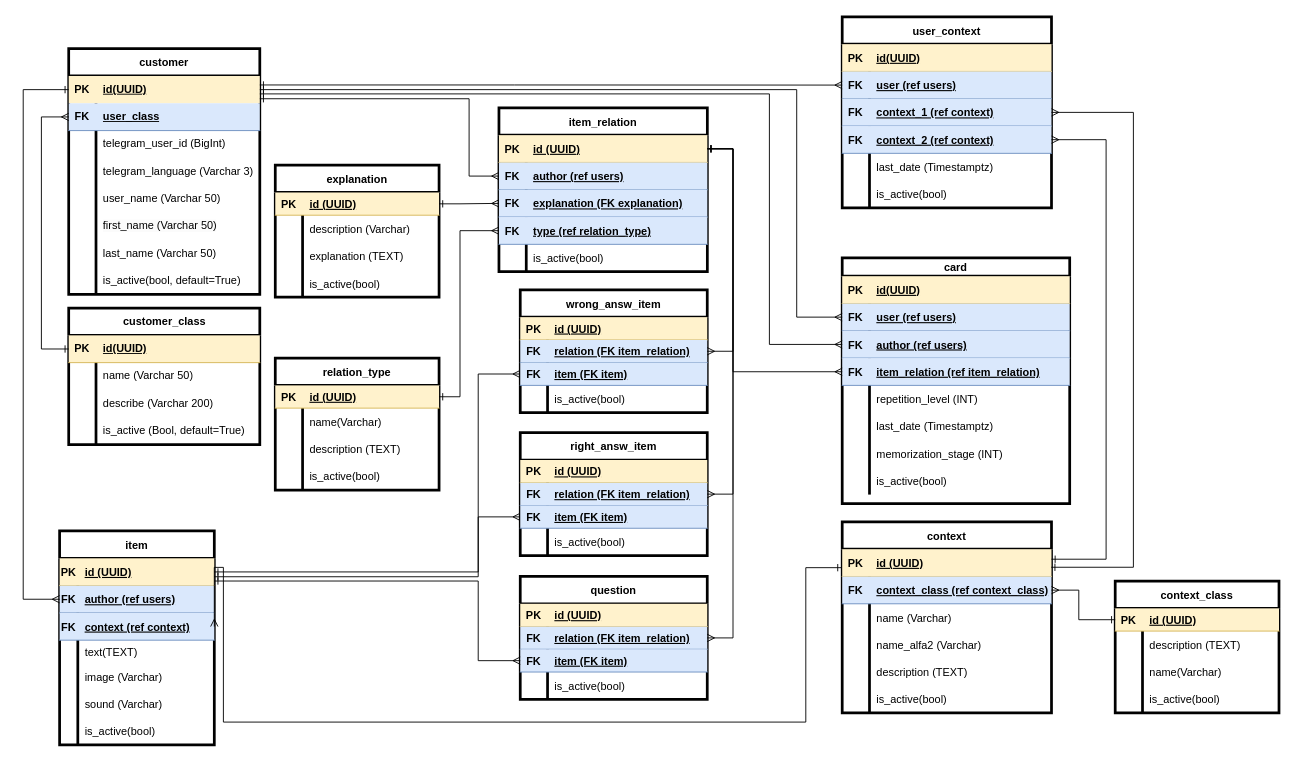
Before: doc/db_structure.drawio in essayNEXT/REPETITOR, a draw.io diagram. Source tidied: cells renumbered, new cells numbered last; positions are measured from the earlier drawing's top-left corner, leaving out a move shared by most shapes. Both pictures are drawn from the tidied source at 91%, with x=0, y=0 at pixel (23, 16).
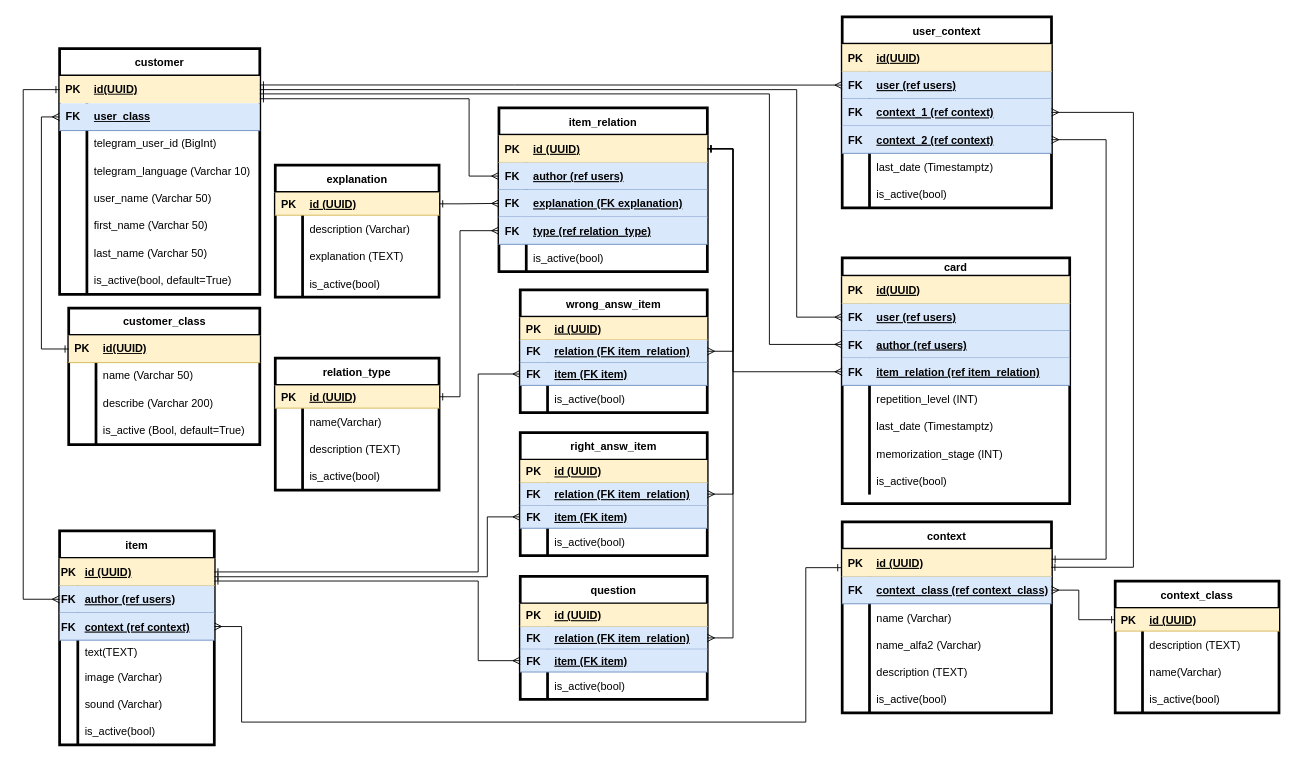
After the change.

Unchanged cells that the change refers to:
```xml
<mxCell id="42" style="shape=tableRow;horizontal=0;startSize=0;swimlaneHead=0;swimlaneBody=0;fillColor=#fff2cc;points=[[0,0.5],[1,0.5]];portConstraint=eastwest;top=0;left=0;right=0;bottom=1;strokeColor=#d6b656;" parent="41" vertex="1">
  <mxGeometry y="30" width="170" height="30" as="geometry" />
</mxCell>
<mxCell id="48" style="shape=tableRow;horizontal=0;startSize=0;swimlaneHead=0;swimlaneBody=0;fillColor=#dae8fc;points=[[0,0.5],[1,0.5]];portConstraint=eastwest;top=0;left=0;right=0;bottom=1;swimlaneLine=0;strokeColor=#6c8ebf;" parent="41" vertex="1">
  <mxGeometry y="90" width="170" height="30" as="geometry" />
</mxCell>
<mxCell id="124" style="shape=tableRow;horizontal=0;startSize=0;swimlaneHead=0;swimlaneBody=0;fillColor=#fff2cc;points=[[0,0.5],[1,0.5]];portConstraint=eastwest;top=0;left=0;right=0;bottom=1;strokeColor=#d6b656;" parent="123" vertex="1">
  <mxGeometry y="30" width="230" height="30" as="geometry" />
</mxCell>
<mxCell id="201" style="shape=tableRow;horizontal=0;startSize=0;swimlaneHead=0;swimlaneBody=0;fillColor=#dae8fc;points=[[0,0.5],[1,0.5]];portConstraint=eastwest;top=0;left=0;right=0;bottom=1;strokeColor=#6c8ebf;" parent="194" vertex="1">
  <mxGeometry y="80" width="205.5" height="25" as="geometry" />
</mxCell>
```

Change to the diagram source:
```diff
@@
     <mxCell id="2" value="customer" style="shape=table;startSize=30;childLayout=tableLayout;rowLines=0;fontStyle=1;align=center;html=1;whiteSpace=wrap;strokeWidth=3;" parent="1" vertex="1">
-      <mxGeometry x="50" y="35" width="210" height="270" as="geometry" />
+      <mxGeometry x="40" y="35" width="220" height="270" as="geometry" />
     </mxCell>
     <mxCell id="3" style="shape=tableRow;horizontal=0;startSize=0;swimlaneHead=0;swimlaneBody=0;fillColor=#fff2cc;points=[[0,0.5],[1,0.5]];portConstraint=eastwest;top=0;left=0;right=0;bottom=0;html=1;strokeColor=#d6b656;" parent="2" vertex="1">
-      <mxGeometry y="30" width="210" height="30" as="geometry" />
+      <mxGeometry y="30" width="220" height="30" as="geometry" />
     </mxCell>
@@
     <mxCell id="5" value="id(UUID)" style="shape=partialRectangle;fillColor=none;top=0;left=0;bottom=0;right=0;align=left;spacingLeft=6;fontStyle=5;overflow=hidden;html=1;whiteSpace=wrap;" parent="3" vertex="1">
-      <mxGeometry x="30" width="180" height="30" as="geometry" />
+      <mxGeometry x="30" width="190" height="30" as="geometry" />
     </mxCell>
     <mxCell id="6" style="shape=tableRow;horizontal=0;startSize=0;swimlaneHead=0;swimlaneBody=0;fillColor=#dae8fc;points=[[0,0.5],[1,0.5]];portConstraint=eastwest;top=0;left=0;right=0;bottom=1;html=1;strokeColor=#6c8ebf;" parent="2" vertex="1">
-      <mxGeometry y="60" width="210" height="30" as="geometry" />
+      <mxGeometry y="60" width="220" height="30" as="geometry" />
     </mxCell>
@@
     <mxCell id="8" value="user_class" style="shape=partialRectangle;fillColor=none;top=0;left=0;bottom=0;right=0;align=left;spacingLeft=6;fontStyle=5;overflow=hidden;html=1;whiteSpace=wrap;" parent="6" vertex="1">
-      <mxGeometry x="30" width="180" height="30" as="geometry" />
+      <mxGeometry x="30" width="190" height="30" as="geometry" />
     </mxCell>
     <mxCell id="9" style="shape=tableRow;horizontal=0;startSize=0;swimlaneHead=0;swimlaneBody=0;fillColor=none;top=0;left=0;right=0;bottom=0;html=1;" parent="2" vertex="1">
-      <mxGeometry y="90" width="210" height="30" as="geometry" />
+      <mxGeometry y="90" width="220" height="30" as="geometry" />
     </mxCell>
@@
     <mxCell id="11" value="telegram_user_id (BigInt)" style="shape=partialRectangle;fillColor=none;top=0;left=0;bottom=0;right=0;align=left;spacingLeft=6;overflow=hidden;html=1;whiteSpace=wrap;" parent="9" vertex="1">
-      <mxGeometry x="30" width="180" height="30" as="geometry" />
+      <mxGeometry x="30" width="190" height="30" as="geometry" />
     </mxCell>
     <mxCell id="12" style="shape=tableRow;horizontal=0;startSize=0;swimlaneHead=0;swimlaneBody=0;fillColor=none;top=0;left=0;right=0;bottom=0;html=1;" parent="2" vertex="1">
-      <mxGeometry y="120" width="210" height="30" as="geometry" />
+      <mxGeometry y="120" width="220" height="30" as="geometry" />
     </mxCell>
@@
-    <mxCell id="14" value="telegram_language (Varchar 3)" style="shape=partialRectangle;fillColor=none;top=0;left=0;bottom=0;right=0;align=left;spacingLeft=6;overflow=hidden;html=1;whiteSpace=wrap;" parent="12" vertex="1">
-      <mxGeometry x="30" width="180" height="30" as="geometry" />
+    <mxCell id="14" value="telegram_language (Varchar 10)" style="shape=partialRectangle;fillColor=none;top=0;left=0;bottom=0;right=0;align=left;spacingLeft=6;overflow=hidden;html=1;whiteSpace=wrap;" parent="12" vertex="1">
+      <mxGeometry x="30" width="190" height="30" as="geometry" />
     </mxCell>
     <mxCell id="15" style="shape=tableRow;horizontal=0;startSize=0;swimlaneHead=0;swimlaneBody=0;fillColor=none;top=0;left=0;right=0;bottom=0;html=1;" parent="2" vertex="1">
-      <mxGeometry y="150" width="210" height="30" as="geometry" />
+      <mxGeometry y="150" width="220" height="30" as="geometry" />
     </mxCell>
@@
     <mxCell id="17" value="user_name (Varchar 50)" style="shape=partialRectangle;fillColor=none;top=0;left=0;bottom=0;right=0;align=left;spacingLeft=6;overflow=hidden;html=1;whiteSpace=wrap;" parent="15" vertex="1">
-      <mxGeometry x="30" width="180" height="30" as="geometry" />
+      <mxGeometry x="30" width="190" height="30" as="geometry" />
     </mxCell>
     <mxCell id="18" style="shape=tableRow;horizontal=0;startSize=0;swimlaneHead=0;swimlaneBody=0;fillColor=none;top=0;left=0;right=0;bottom=0;html=1;" parent="2" vertex="1">
-      <mxGeometry y="180" width="210" height="30" as="geometry" />
+      <mxGeometry y="180" width="220" height="30" as="geometry" />
     </mxCell>
@@
     <mxCell id="20" value="&lt;span style=&quot;color: rgb(0, 0, 0); font-family: Helvetica; font-size: 12px; font-style: normal; font-variant-ligatures: normal; font-variant-caps: normal; font-weight: 400; letter-spacing: normal; orphans: 2; text-align: left; text-indent: 0px; text-transform: none; widows: 2; word-spacing: 0px; -webkit-text-stroke-width: 0px; background-color: rgb(251, 251, 251); text-decoration-thickness: initial; text-decoration-style: initial; text-decoration-color: initial; float: none; display: inline !important;&quot;&gt;first_name (Varchar 50)&lt;/span&gt;" style="shape=partialRectangle;fillColor=none;top=0;left=0;bottom=0;right=0;align=left;spacingLeft=6;overflow=hidden;html=1;whiteSpace=wrap;" parent="18" vertex="1">
-      <mxGeometry x="30" width="180" height="30" as="geometry" />
+      <mxGeometry x="30" width="190" height="30" as="geometry" />
     </mxCell>
     <mxCell id="21" style="shape=tableRow;horizontal=0;startSize=0;swimlaneHead=0;swimlaneBody=0;fillColor=none;top=0;left=0;right=0;bottom=0;html=1;" parent="2" vertex="1">
-      <mxGeometry y="210" width="210" height="30" as="geometry" />
+      <mxGeometry y="210" width="220" height="30" as="geometry" />
     </mxCell>
@@
     <mxCell id="23" value="last_name (Varchar 50)" style="shape=partialRectangle;fillColor=none;top=0;left=0;bottom=0;right=0;align=left;spacingLeft=6;overflow=hidden;html=1;whiteSpace=wrap;" parent="21" vertex="1">
-      <mxGeometry x="30" width="180" height="30" as="geometry" />
+      <mxGeometry x="30" width="190" height="30" as="geometry" />
     </mxCell>
     <mxCell id="24" style="shape=tableRow;horizontal=0;startSize=0;swimlaneHead=0;swimlaneBody=0;fillColor=none;top=0;left=0;right=0;bottom=0;html=1;" parent="2" vertex="1">
-      <mxGeometry y="240" width="210" height="30" as="geometry" />
+      <mxGeometry y="240" width="220" height="30" as="geometry" />
     </mxCell>
@@
     <mxCell id="26" value="is_active(bool, default=True)" style="shape=partialRectangle;fillColor=none;top=0;left=0;bottom=0;right=0;align=left;spacingLeft=6;overflow=hidden;html=1;whiteSpace=wrap;" parent="24" vertex="1">
-      <mxGeometry x="30" width="180" height="30" as="geometry" />
+      <mxGeometry x="30" width="190" height="30" as="geometry" />
     </mxCell>
@@
     <mxCell id="158" style="edgeStyle=elbowEdgeStyle;fontSize=12;html=1;endArrow=ERmany;rounded=0;exitX=1;exitY=0.676;exitDx=0;exitDy=0;startArrow=ERone;startFill=0;exitPerimeter=0;entryX=0;entryY=0.5;entryDx=0;entryDy=0;" parent="1" edge="1" source="42" target="201">
       <mxGeometry relative="1" as="geometry">
         <Array as="points">
-          <mxPoint x="500" y="555" />
+          <mxPoint x="510" y="595" />
           <mxPoint x="240" y="625" />
         </Array>
       </mxGeometry>
     </mxCell>
@@
     <mxCell id="165" style="edgeStyle=orthogonalEdgeStyle;fontSize=12;html=1;endArrow=ERmany;rounded=0;exitX=-0.004;exitY=0.677;exitDx=0;exitDy=0;startArrow=ERone;startFill=0;entryX=1;entryY=0.5;entryDx=0;entryDy=0;exitPerimeter=0;" parent="1" edge="1" source="124" target="48">
       <mxGeometry relative="1" as="geometry">
         <Array as="points">
           <mxPoint x="860" y="605" />
           <mxPoint x="860" y="775" />
-          <mxPoint x="220" y="775" />
-          <mxPoint x="220" y="605" />
+          <mxPoint x="240" y="775" />
+          <mxPoint x="240" y="670" />
         </Array>
       </mxGeometry>
     </mxCell>
```
